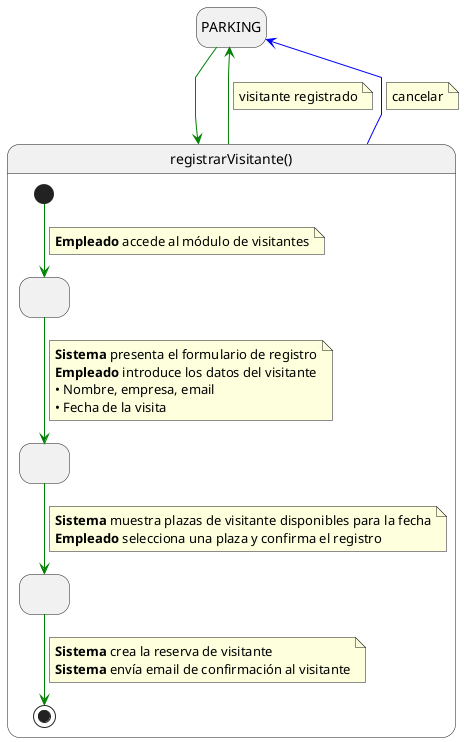
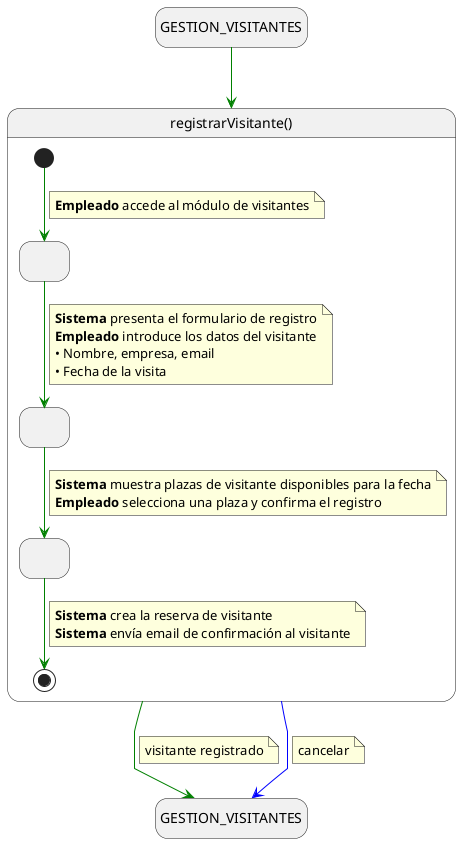
@startuml cuRegistrarVisitante

skinparam linetype polyline
hide empty description

- state "PARKING" as Parking
+ state "GESTION_VISITANTES" as GestionVisitantesInicio
+ state "GESTION_VISITANTES" as GestionVisitantesFin

- Parking -[#green]-> registrarVisitante
+ GestionVisitantesInicio -[#green]-> registrarVisitante

state registrarVisitante as "registrarVisitante()" {
  state " " as IntroduciendoDatos
  state " " as SeleccionandoPlaza
  state " " as VisitanteRegistrado

  [*] -[#green]-> IntroduciendoDatos
  note on link
    <b>Empleado</b> accede al módulo de visitantes
  end note

  IntroduciendoDatos -[#green]-> SeleccionandoPlaza
  note on link
    <b>Sistema</b> presenta el formulario de registro
    <b>Empleado</b> introduce los datos del visitante
    • Nombre, empresa, email
    • Fecha de la visita
  end note

  SeleccionandoPlaza -[#green]-> VisitanteRegistrado
  note on link
    <b>Sistema</b> muestra plazas de visitante disponibles para la fecha
    <b>Empleado</b> selecciona una plaza y confirma el registro
  end note

  VisitanteRegistrado -[#green]-> [*]
  note on link
    <b>Sistema</b> crea la reserva de visitante
    <b>Sistema</b> envía email de confirmación al visitante
  end note
}

- registrarVisitante -[#green]-> Parking
+ registrarVisitante -[#green]-> GestionVisitantesFin
note on link
  visitante registrado
end note

- registrarVisitante -[#blue]-> Parking
+ registrarVisitante -[#blue]-> GestionVisitantesFin
note on link
  cancelar
end note

@enduml
